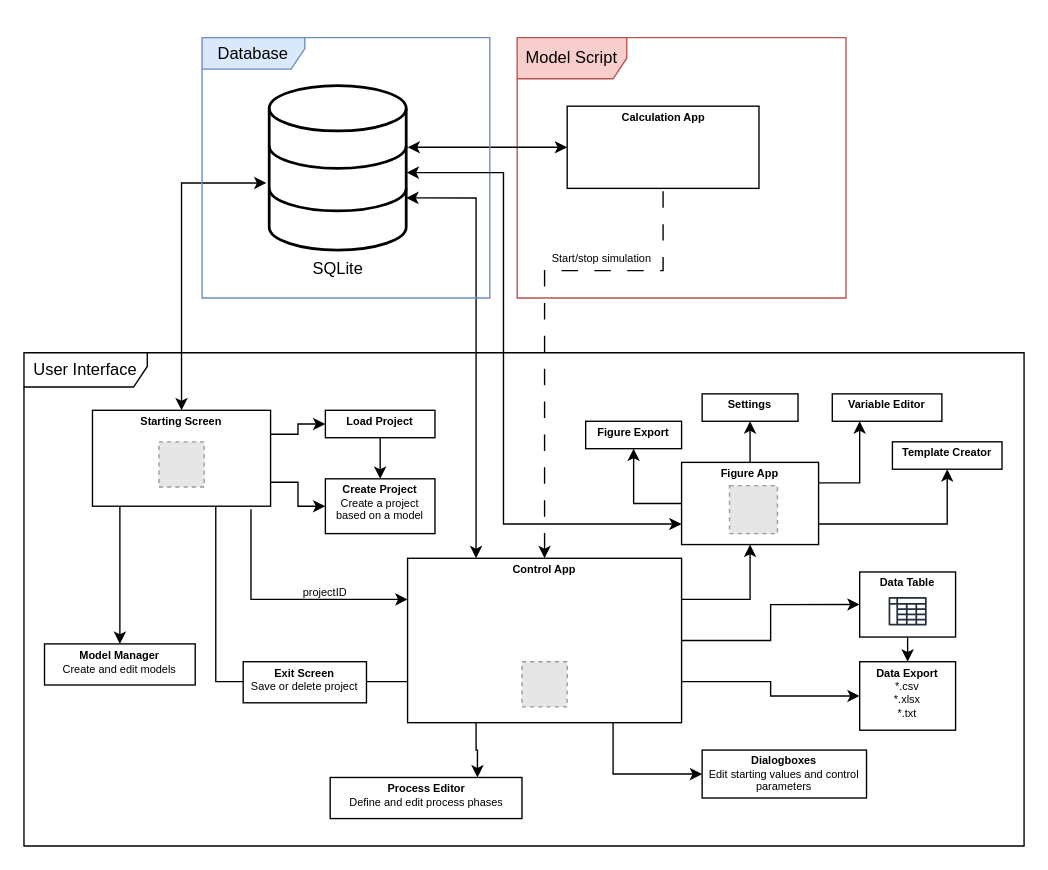
This is Software Structure.drawio from Yumatlab/bioprocesssimulation, a draw.io file, before an edit. Source tidied: cells renumbered, new cells numbered last; positions are measured from the earlier drawing's top-left corner, leaving out a move shared by most shapes. Both pictures are drawn from the tidied source at 137%, with x=0, y=0 at pixel (23, 37). Pictures stored in the file or linked from it are replaced by grey dashed boxes.
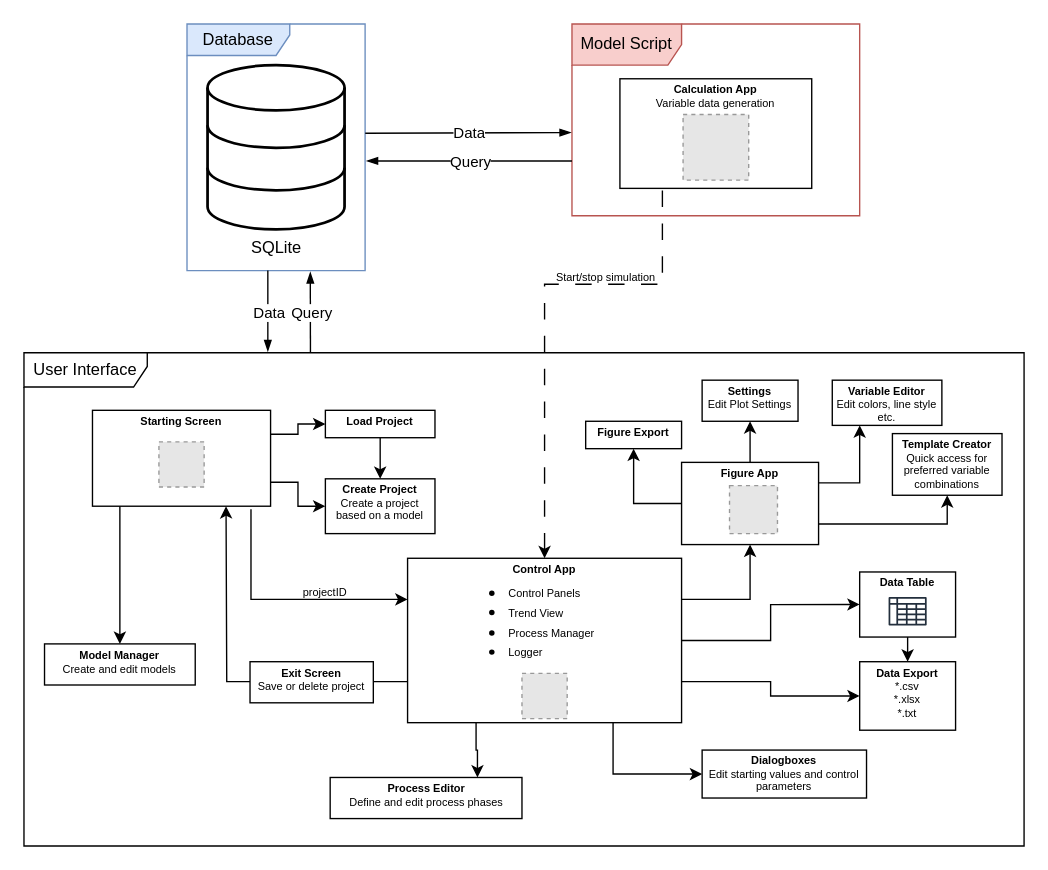
Above is the later version.

Unchanged cells that the change refers to:
```xml
<mxCell id="6" value="&lt;p style=&quot;margin: 4px 0px 0px; text-align: center; font-size: 8px;&quot;&gt;&lt;b style=&quot;font-size: 8px;&quot;&gt;Starting Screen&lt;/b&gt;&lt;/p&gt;" style="verticalAlign=top;align=left;overflow=fill;html=1;whiteSpace=wrap;fontSize=8;" parent="1" vertex="1">
  <mxGeometry x="50" y="272" width="130" height="70" as="geometry" />
</mxCell>
<mxCell id="11" value="&lt;p style=&quot;margin: 4px 0px 0px; text-align: center; font-size: 8px;&quot;&gt;&lt;b style=&quot;font-size: 8px;&quot;&gt;Figure App&lt;/b&gt;&lt;/p&gt;" style="verticalAlign=top;align=left;overflow=fill;html=1;whiteSpace=wrap;fontSize=8;" parent="1" vertex="1">
  <mxGeometry x="480" y="310" width="100" height="60" as="geometry" />
</mxCell>
```

What changed in the source:
```diff
@@
-    <mxCell id="5" style="edgeStyle=elbowEdgeStyle;rounded=0;jettySize=auto;html=1;entryX=0;entryY=0.75;entryDx=0;entryDy=0;startArrow=classic;startFill=1;endArrow=none;endFill=0;" parent="1" edge="1" target="18">
+    <mxCell id="5" style="edgeStyle=elbowEdgeStyle;rounded=0;jettySize=auto;html=1;entryX=0;entryY=0.75;entryDx=0;entryDy=0;startArrow=classic;startFill=1;endArrow=none;endFill=0;exitX=0.75;exitY=1;exitDx=0;exitDy=0;" parent="1" edge="1" source="6" target="18">
       <mxGeometry relative="1" as="geometry">
-        <mxPoint x="140" y="320" as="sourcePoint" />
         <Array as="points">
-          <mxPoint x="140" y="390" />
+          <mxPoint x="148" y="410" />
         </Array>
       </mxGeometry>
     </mxCell>
@@
     <mxCell id="15" style="edgeStyle=orthogonalEdgeStyle;rounded=0;jettySize=auto;html=1;exitX=0.5;exitY=0;exitDx=0;exitDy=0;entryX=0.5;entryY=1;entryDx=0;entryDy=0;dashed=1;dashPattern=12 12;startArrow=classic;startFill=1;endArrow=none;endFill=0;" parent="1" edge="1" source="18" target="46">
       <mxGeometry relative="1" as="geometry">
         <Array as="points">
-          <mxPoint x="380" y="170" />
-          <mxPoint x="466" y="170" />
+          <mxPoint x="380" y="180" />
+          <mxPoint x="466" y="180" />
+          <mxPoint x="466" y="90" />
         </Array>
       </mxGeometry>
     </mxCell>
@@
-    <mxCell id="18" value="&lt;p style=&quot;margin: 4px 0px 0px; text-align: center; font-size: 8px;&quot;&gt;&lt;b style=&quot;font-size: 8px;&quot;&gt;Control App&lt;/b&gt;&lt;/p&gt;" style="verticalAlign=top;align=left;overflow=fill;html=1;whiteSpace=wrap;fontSize=8;" parent="1" vertex="1">
+    <mxCell id="18" value="&lt;p style=&quot;margin: 4px 0px 0px; text-align: center; font-size: 8px;&quot;&gt;&lt;b style=&quot;font-size: 8px;&quot;&gt;Control App&lt;br&gt;&lt;/b&gt;&lt;/p&gt;&lt;p style=&quot;margin: 4px 0px 0px; text-align: center; font-size: 8px;&quot;&gt;&lt;br&gt;&lt;/p&gt;" style="verticalAlign=top;align=left;overflow=fill;html=1;whiteSpace=wrap;fontSize=8;" parent="1" vertex="1">
       <mxGeometry x="280" y="380" width="200" height="120" as="geometry" />
     </mxCell>
-    <mxCell id="19" style="rounded=0;jettySize=auto;html=1;entryX=1;entryY=0.683;entryDx=0;entryDy=0;entryPerimeter=0;edgeStyle=orthogonalEdgeStyle;startArrow=classic;startFill=1;fontSize=8;" parent="1" edge="1" target="23">
-      <mxGeometry relative="1" as="geometry">
-        <mxPoint x="330" y="380" as="sourcePoint" />
-        <Array as="points">
-          <mxPoint x="330" y="380" />
-          <mxPoint x="330" y="47" />
-        </Array>
-      </mxGeometry>
-    </mxCell>
     <mxCell id="20" value="&lt;font style=&quot;font-size: 12px;&quot;&gt;Model Script&lt;/font&gt;" style="shape=umlFrame;whiteSpace=wrap;html=1;fillColor=#f8cecc;strokeColor=#b85450;width=80;height=30;fontSize=8;" parent="1" vertex="1">
-      <mxGeometry x="360" width="240" height="190" as="geometry" />
+      <mxGeometry x="400" y="-10" width="210" height="140" as="geometry" />
     </mxCell>
@@
-    <mxCell id="22" style="edgeStyle=orthogonalEdgeStyle;rounded=0;jettySize=auto;html=1;exitX=0;exitY=0.5;exitDx=0;exitDy=0;startArrow=classic;startFill=1;fontSize=8;" parent="1" edge="1" source="46">
-      <mxGeometry relative="1" as="geometry">
-        <mxPoint x="280" y="80" as="targetPoint" />
-      </mxGeometry>
-    </mxCell>
     <mxCell id="23" value="&lt;font style=&quot;font-size: 12px;&quot;&gt;SQLite&lt;/font&gt;" style="html=1;verticalLabelPosition=bottom;align=center;labelBackgroundColor=#ffffff;verticalAlign=top;strokeWidth=2;strokeColor=#000000;shadow=0;dashed=0;shape=mxgraph.ios7.icons.data;fontColor=default;fontSize=8;" parent="1" vertex="1">
-      <mxGeometry x="179" y="35" width="100" height="120" as="geometry" />
+      <mxGeometry x="134" y="20" width="100" height="120" as="geometry" />
     </mxCell>
@@
-    <mxCell id="25" style="rounded=0;jettySize=auto;html=1;entryX=-0.02;entryY=0.592;entryDx=0;entryDy=0;entryPerimeter=0;fontSize=8;edgeStyle=elbowEdgeStyle;startArrow=classic;startFill=1;" parent="1" edge="1" source="6" target="23">
-      <mxGeometry relative="1" as="geometry">
-        <Array as="points">
-          <mxPoint x="115" y="80" />
-        </Array>
-      </mxGeometry>
-    </mxCell>
@@
-    <mxCell id="30" value="&lt;p style=&quot;margin: 4px 0px 0px; text-align: center; font-size: 8px;&quot;&gt;&lt;b style=&quot;font-size: 8px;&quot;&gt;Variable Editor&lt;/b&gt;&lt;/p&gt;" style="verticalAlign=top;align=left;overflow=fill;html=1;whiteSpace=wrap;fontSize=8;" parent="1" vertex="1">
-      <mxGeometry x="590" y="260" width="80" height="20" as="geometry" />
+    <mxCell id="30" value="&lt;p style=&quot;margin: 4px 0px 0px; text-align: center; font-size: 8px;&quot;&gt;&lt;span style=&quot;font-size: 8px;&quot;&gt;&lt;b&gt;Variable Editor&lt;/b&gt;&lt;br&gt;Edit colors, line style etc.&lt;/span&gt;&lt;/p&gt;" style="verticalAlign=top;align=left;overflow=fill;html=1;whiteSpace=wrap;fontSize=8;" parent="1" vertex="1">
+      <mxGeometry x="590" y="250" width="80" height="33" as="geometry" />
     </mxCell>
-    <mxCell id="31" value="&lt;p style=&quot;margin: 4px 0px 0px; text-align: center; font-size: 8px;&quot;&gt;&lt;b style=&quot;font-size: 8px;&quot;&gt;Settings&lt;/b&gt;&lt;/p&gt;" style="verticalAlign=top;align=left;overflow=fill;html=1;whiteSpace=wrap;fontSize=8;" parent="1" vertex="1">
-      <mxGeometry x="495" y="260" width="70" height="20" as="geometry" />
+    <mxCell id="31" value="&lt;p style=&quot;margin: 4px 0px 0px; text-align: center; font-size: 8px;&quot;&gt;&lt;span style=&quot;font-size: 8px;&quot;&gt;&lt;b&gt;Settings&lt;/b&gt;&lt;br&gt;Edit Plot Settings&lt;/span&gt;&lt;/p&gt;" style="verticalAlign=top;align=left;overflow=fill;html=1;whiteSpace=wrap;fontSize=8;" parent="1" vertex="1">
+      <mxGeometry x="495" y="250" width="70" height="30" as="geometry" />
     </mxCell>
@@
-    <mxCell id="36" value="&lt;p style=&quot;margin: 4px 0px 0px; text-align: center; font-size: 8px;&quot;&gt;&lt;b style=&quot;font-size: 8px;&quot;&gt;Template Creator&lt;/b&gt;&lt;/p&gt;" style="verticalAlign=top;align=left;overflow=fill;html=1;whiteSpace=wrap;fontSize=8;" parent="1" vertex="1">
-      <mxGeometry x="633.9" y="295" width="80" height="20" as="geometry" />
+    <mxCell id="36" value="&lt;p style=&quot;margin: 4px 0px 0px; text-align: center;&quot;&gt;&lt;b style=&quot;font-size: 8px;&quot;&gt;Template Creator&lt;/b&gt;&lt;br&gt;Quick access for preferred variable combinations&lt;/p&gt;" style="verticalAlign=top;align=left;overflow=fill;html=1;whiteSpace=wrap;fontSize=8;" parent="1" vertex="1">
+      <mxGeometry x="633.9" y="289" width="80" height="45" as="geometry" />
     </mxCell>
     <mxCell id="37" value="Database" style="shape=umlFrame;whiteSpace=wrap;html=1;width=75;height=23;fillColor=#dae8fc;strokeColor=#6c8ebf;" parent="1" vertex="1">
-      <mxGeometry x="130" width="210" height="190" as="geometry" />
+      <mxGeometry x="119" y="-10" width="130" height="180" as="geometry" />
     </mxCell>
@@
     <mxCell id="39" value="&lt;p style=&quot;margin: 4px 0px 0px; text-align: center; font-size: 8px;&quot;&gt;&lt;font style=&quot;font-size: 8px;&quot;&gt;&lt;b&gt;Exit Screen&lt;br&gt;&lt;/b&gt;Save or delete project&lt;/font&gt;&lt;/p&gt;" style="verticalAlign=top;align=left;overflow=fill;html=1;whiteSpace=wrap;fontSize=8;" parent="1" vertex="1">
-      <mxGeometry x="160" y="455.5" width="90" height="30" as="geometry" />
+      <mxGeometry x="165" y="455.5" width="90" height="30" as="geometry" />
     </mxCell>
@@
     <mxCell id="41" value="Start/stop simulation" style="text;html=1;align=center;verticalAlign=middle;whiteSpace=wrap;rounded=0;fontSize=8;" parent="1" vertex="1">
-      <mxGeometry x="381.5" y="155" width="80" height="12" as="geometry" />
+      <mxGeometry x="385" y="169" width="80" height="12" as="geometry" />
     </mxCell>
@@
     <mxCell id="45" style="fillColor=#E6E6E6;strokeColor=#999999;dashed=1;html=1;verticalAlign=top;verticalLabelPosition=bottom;labelBackgroundColor=#ffffff;" parent="1" vertex="1">
-      <mxGeometry x="363.5" y="455.5" width="33" height="33" as="geometry" />
+      <mxGeometry x="363.5" y="464" width="33" height="33" as="geometry" />
     </mxCell>
-    <mxCell id="46" value="&lt;p style=&quot;margin: 4px 0px 0px; text-align: center; font-size: 8px;&quot;&gt;&lt;b style=&quot;font-size: 8px;&quot;&gt;Calculation App&lt;br style=&quot;font-size: 8px;&quot;&gt;&lt;br style=&quot;font-size: 8px;&quot;&gt;&lt;/b&gt;&lt;/p&gt;&lt;p style=&quot;margin: 4px 0px 0px; text-align: center; font-size: 8px;&quot;&gt;&lt;b style=&quot;font-size: 8px;&quot;&gt;&lt;br style=&quot;font-size: 8px;&quot;&gt;&lt;/b&gt;&lt;/p&gt;" style="verticalAlign=top;align=left;overflow=fill;html=1;whiteSpace=wrap;fontSize=8;" parent="1" vertex="1">
-      <mxGeometry x="396.5" y="50" width="140" height="60" as="geometry" />
+    <mxCell id="46" value="&lt;p style=&quot;margin: 4px 0px 0px; text-align: center; font-size: 8px;&quot;&gt;&lt;span style=&quot;font-size: 8px;&quot;&gt;&lt;b&gt;Calculation App&lt;/b&gt;&lt;br style=&quot;font-size: 8px;&quot;&gt;Variable data generation&lt;/span&gt;&lt;/p&gt;&lt;p style=&quot;margin: 4px 0px 0px; text-align: center; font-size: 8px;&quot;&gt;&lt;b style=&quot;font-size: 8px;&quot;&gt;&lt;br style=&quot;font-size: 8px;&quot;&gt;&lt;/b&gt;&lt;/p&gt;" style="verticalAlign=top;align=left;overflow=fill;html=1;whiteSpace=wrap;fontSize=8;" parent="1" vertex="1">
+      <mxGeometry x="435" y="30" width="140" height="80" as="geometry" />
     </mxCell>
@@
-    <mxCell id="48" style="edgeStyle=orthogonalEdgeStyle;rounded=0;jettySize=auto;html=1;exitX=0;exitY=0.75;exitDx=0;exitDy=0;entryX=1.003;entryY=0.529;entryDx=0;entryDy=0;entryPerimeter=0;startArrow=classic;startFill=1;" parent="1" edge="1" source="11" target="23">
-      <mxGeometry relative="1" as="geometry">
-        <Array as="points">
-          <mxPoint x="350" y="355" />
-          <mxPoint x="350" y="99" />
-        </Array>
-      </mxGeometry>
-    </mxCell>
+    <mxCell id="49" value="&lt;ul style=&quot;text-wrap-mode: nowrap;&quot;&gt;&lt;li&gt;&lt;span style=&quot;font-size: 8px; text-wrap-mode: wrap; background-color: initial;&quot;&gt;Control Panels&lt;/span&gt;&lt;/li&gt;&lt;li&gt;&lt;span style=&quot;font-size: 8px; text-wrap-mode: wrap; background-color: initial;&quot;&gt;Trend View&lt;/span&gt;&lt;/li&gt;&lt;li&gt;&lt;span style=&quot;font-size: 8px; text-wrap-mode: wrap; background-color: initial;&quot;&gt;Process Manager&lt;/span&gt;&lt;/li&gt;&lt;li&gt;&lt;span style=&quot;background-color: initial; font-size: 8px; text-wrap-mode: wrap;&quot;&gt;Logger&lt;/span&gt;&lt;/li&gt;&lt;/ul&gt;" style="rounded=0;whiteSpace=wrap;html=1;align=left;fillColor=none;strokeColor=none;" parent="1" vertex="1">
+      <mxGeometry x="312" y="396" width="120" height="60" as="geometry" />
+    </mxCell>
+    <mxCell id="50" style="endArrow=blockThin;html=1;rounded=0;entryX=-0.003;entryY=0.566;entryDx=0;entryDy=0;entryPerimeter=0;endFill=1;exitX=1.001;exitY=0.443;exitDx=0;exitDy=0;exitPerimeter=0;" parent="1" edge="1" source="37" target="20">
+      <mxGeometry relative="1" as="geometry" />
+    </mxCell>
+    <mxCell id="51" value="Data" style="edgeLabel;html=1;align=center;verticalAlign=middle;" parent="50" vertex="1">
+      <mxGeometry relative="1" as="geometry" />
+    </mxCell>
+    <mxCell id="52" style="endArrow=blockThin;html=1;rounded=0;endFill=1;" parent="1" edge="1">
+      <mxGeometry relative="1" as="geometry">
+        <mxPoint x="400" y="90" as="sourcePoint" />
+        <mxPoint x="250" y="90" as="targetPoint" />
+      </mxGeometry>
+    </mxCell>
+    <mxCell id="53" value="Query" style="edgeLabel;html=1;align=center;verticalAlign=middle;" parent="52" vertex="1">
+      <mxGeometry relative="1" as="geometry" />
+    </mxCell>
+    <mxCell id="54" style="endArrow=blockThin;html=1;rounded=0;entryX=0.163;entryY=-0.005;entryDx=0;entryDy=0;entryPerimeter=0;endFill=1;" parent="1" edge="1">
+      <mxGeometry relative="1" as="geometry">
+        <mxPoint x="178" y="170" as="sourcePoint" />
+        <mxPoint x="178" y="229.2" as="targetPoint" />
+      </mxGeometry>
+    </mxCell>
+    <mxCell id="55" value="Data" style="edgeLabel;html=1;align=center;verticalAlign=middle;" parent="54" vertex="1">
+      <mxGeometry relative="1" as="geometry" />
+    </mxCell>
+    <mxCell id="56" style="endArrow=blockThin;html=1;rounded=0;endFill=1;exitX=0.233;exitY=-0.005;exitDx=0;exitDy=0;exitPerimeter=0;" parent="1" edge="1">
+      <mxGeometry relative="1" as="geometry">
+        <mxPoint x="209.1" y="230" as="sourcePoint" />
+        <mxPoint x="209" y="171" as="targetPoint" />
+      </mxGeometry>
+    </mxCell>
+    <mxCell id="57" value="Query" style="edgeLabel;html=1;align=center;verticalAlign=middle;" parent="56" vertex="1">
+      <mxGeometry relative="1" as="geometry" />
+    </mxCell>
+    <mxCell id="58" style="fillColor=#E6E6E6;strokeColor=#999999;dashed=1;verticalLabelPosition=bottom;verticalAlign=top;" parent="1" vertex="1">
+      <mxGeometry x="481.1" y="56.1" width="47.9" height="47.9" as="geometry" />
+    </mxCell>
```
